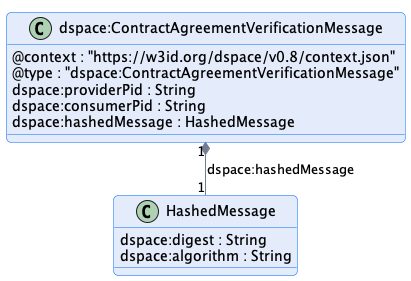
International-Data-Spaces-Association/ids-specification keeps this PlantUML diagram as negotiation/message/diagram/contract-agreement-verification-message.png. Above is the earlier version.
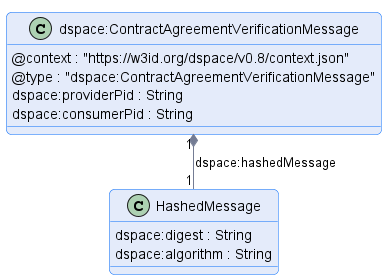
After the change.

Change to the diagram source:
```diff
@@ -11,7 +11,6 @@
     @type : "dspace:ContractAgreementVerificationMessage"
     dspace:providerPid : String
     dspace:consumerPid : String
-    dspace:hashedMessage : HashedMessage
 }
 
 class HashedMessage {
```
